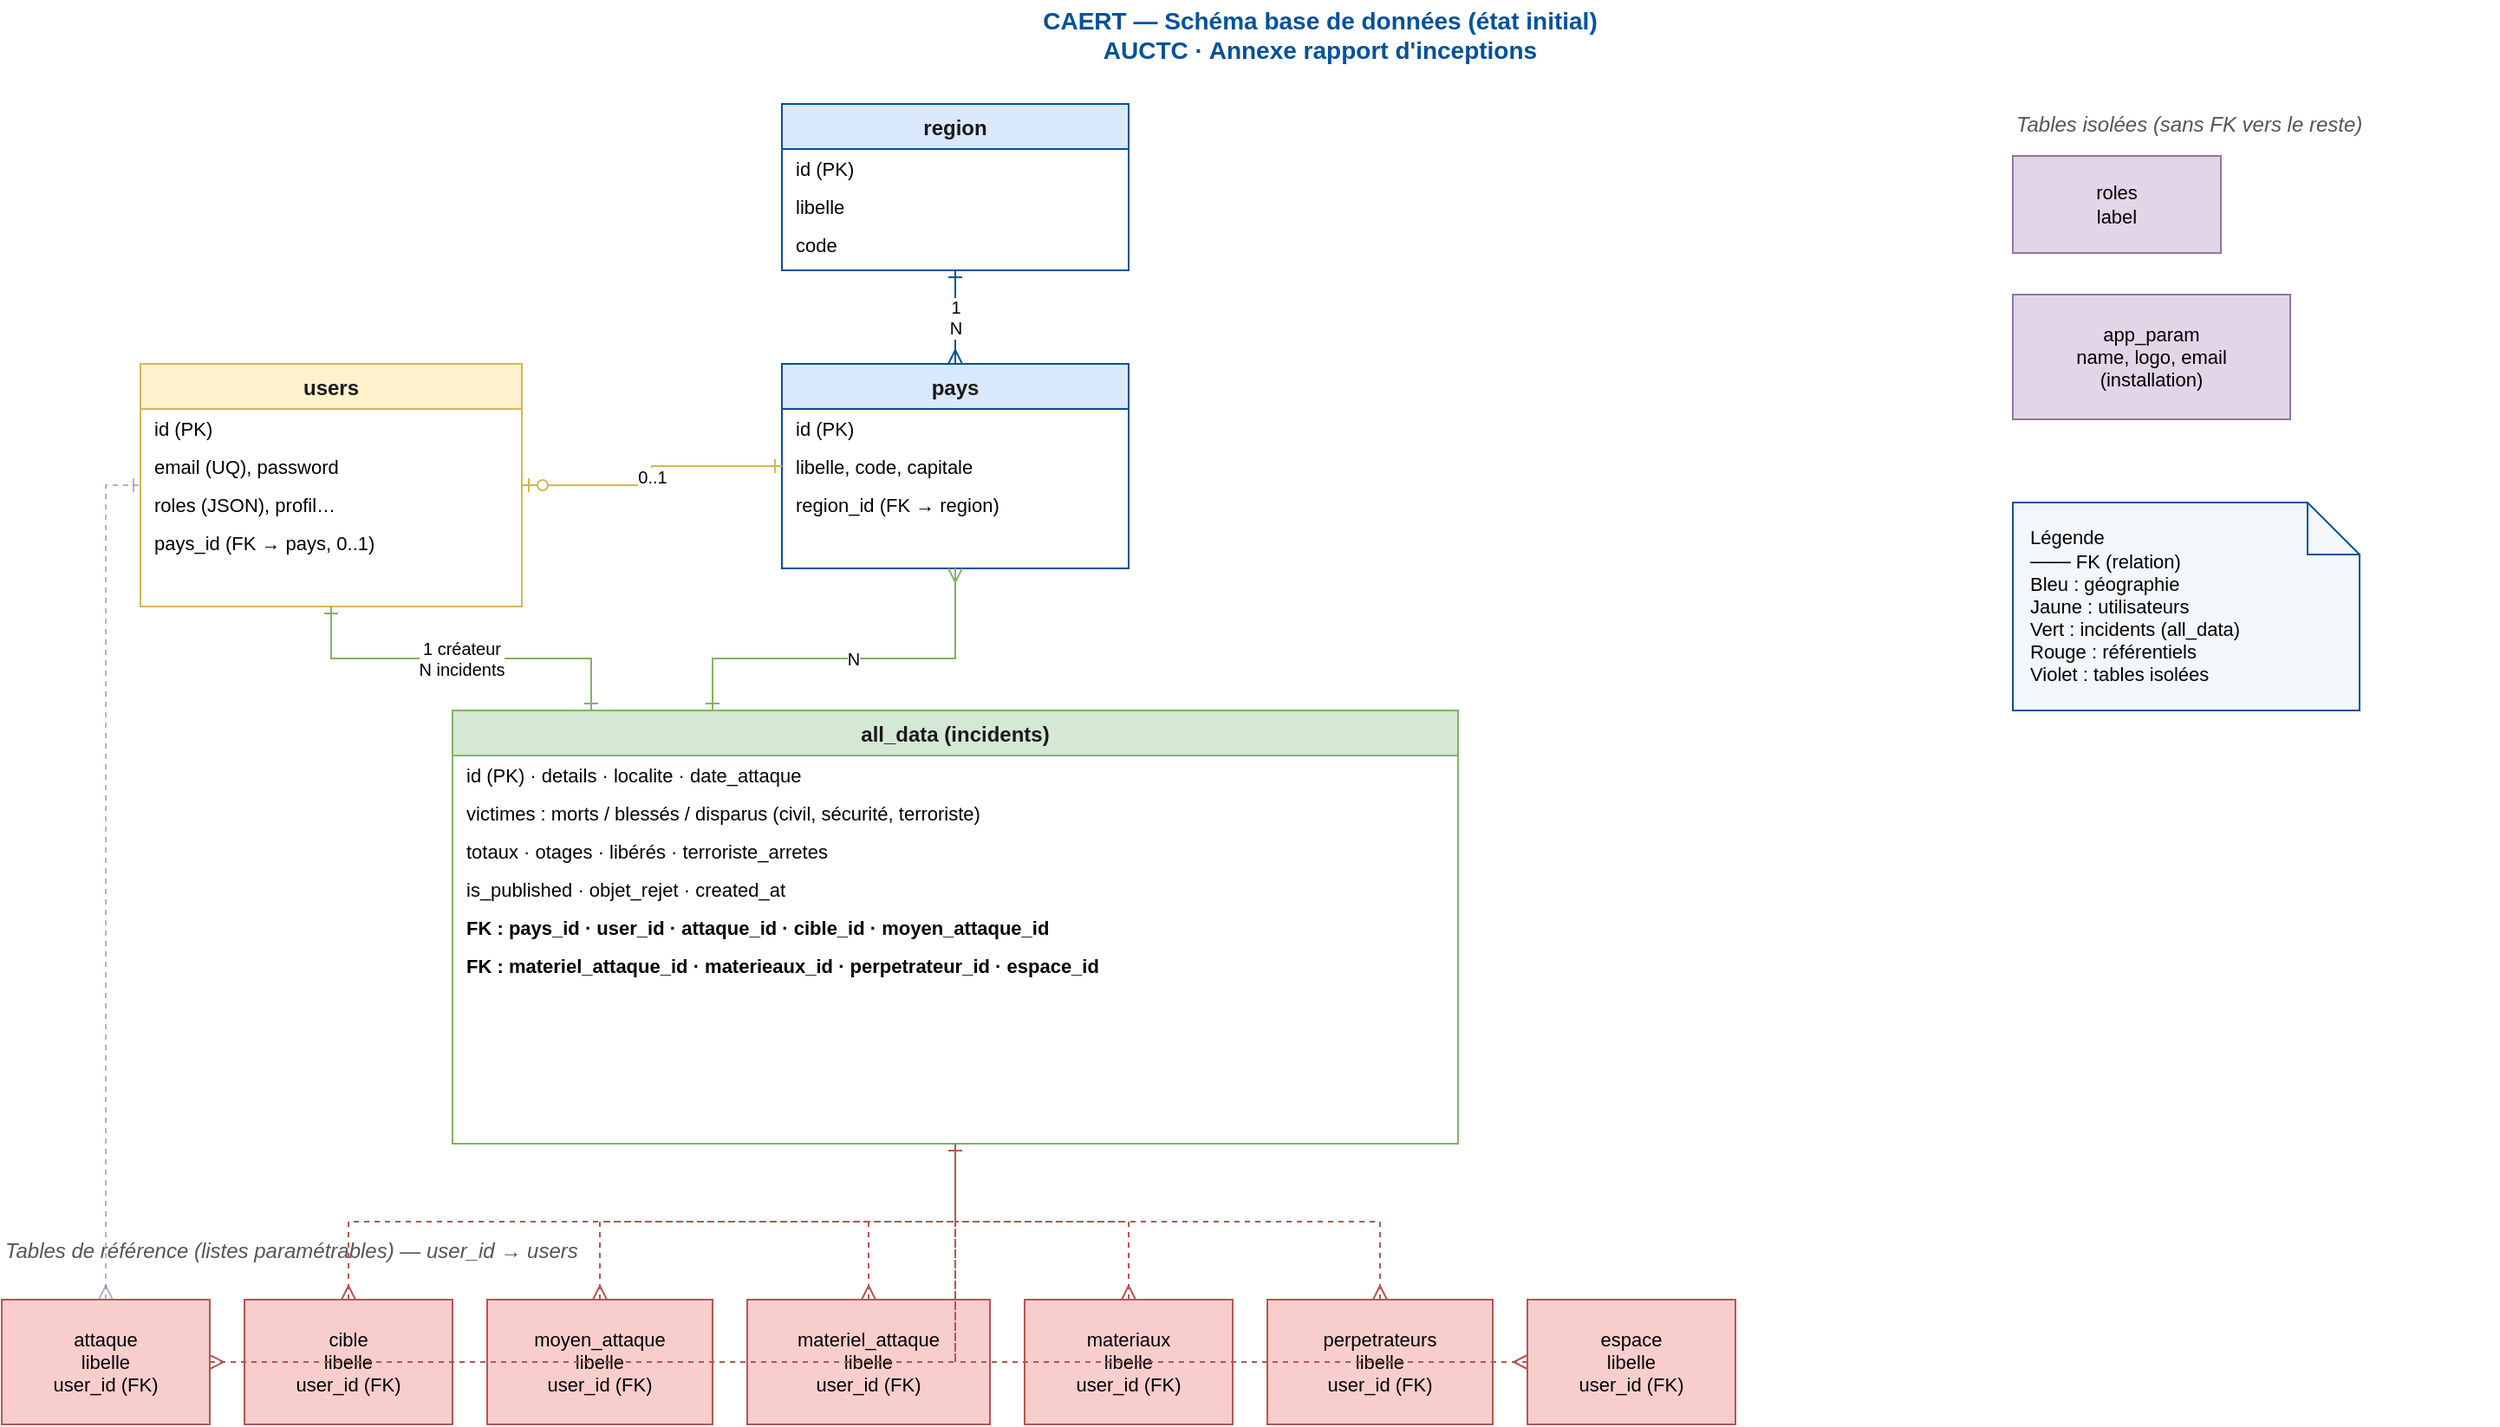
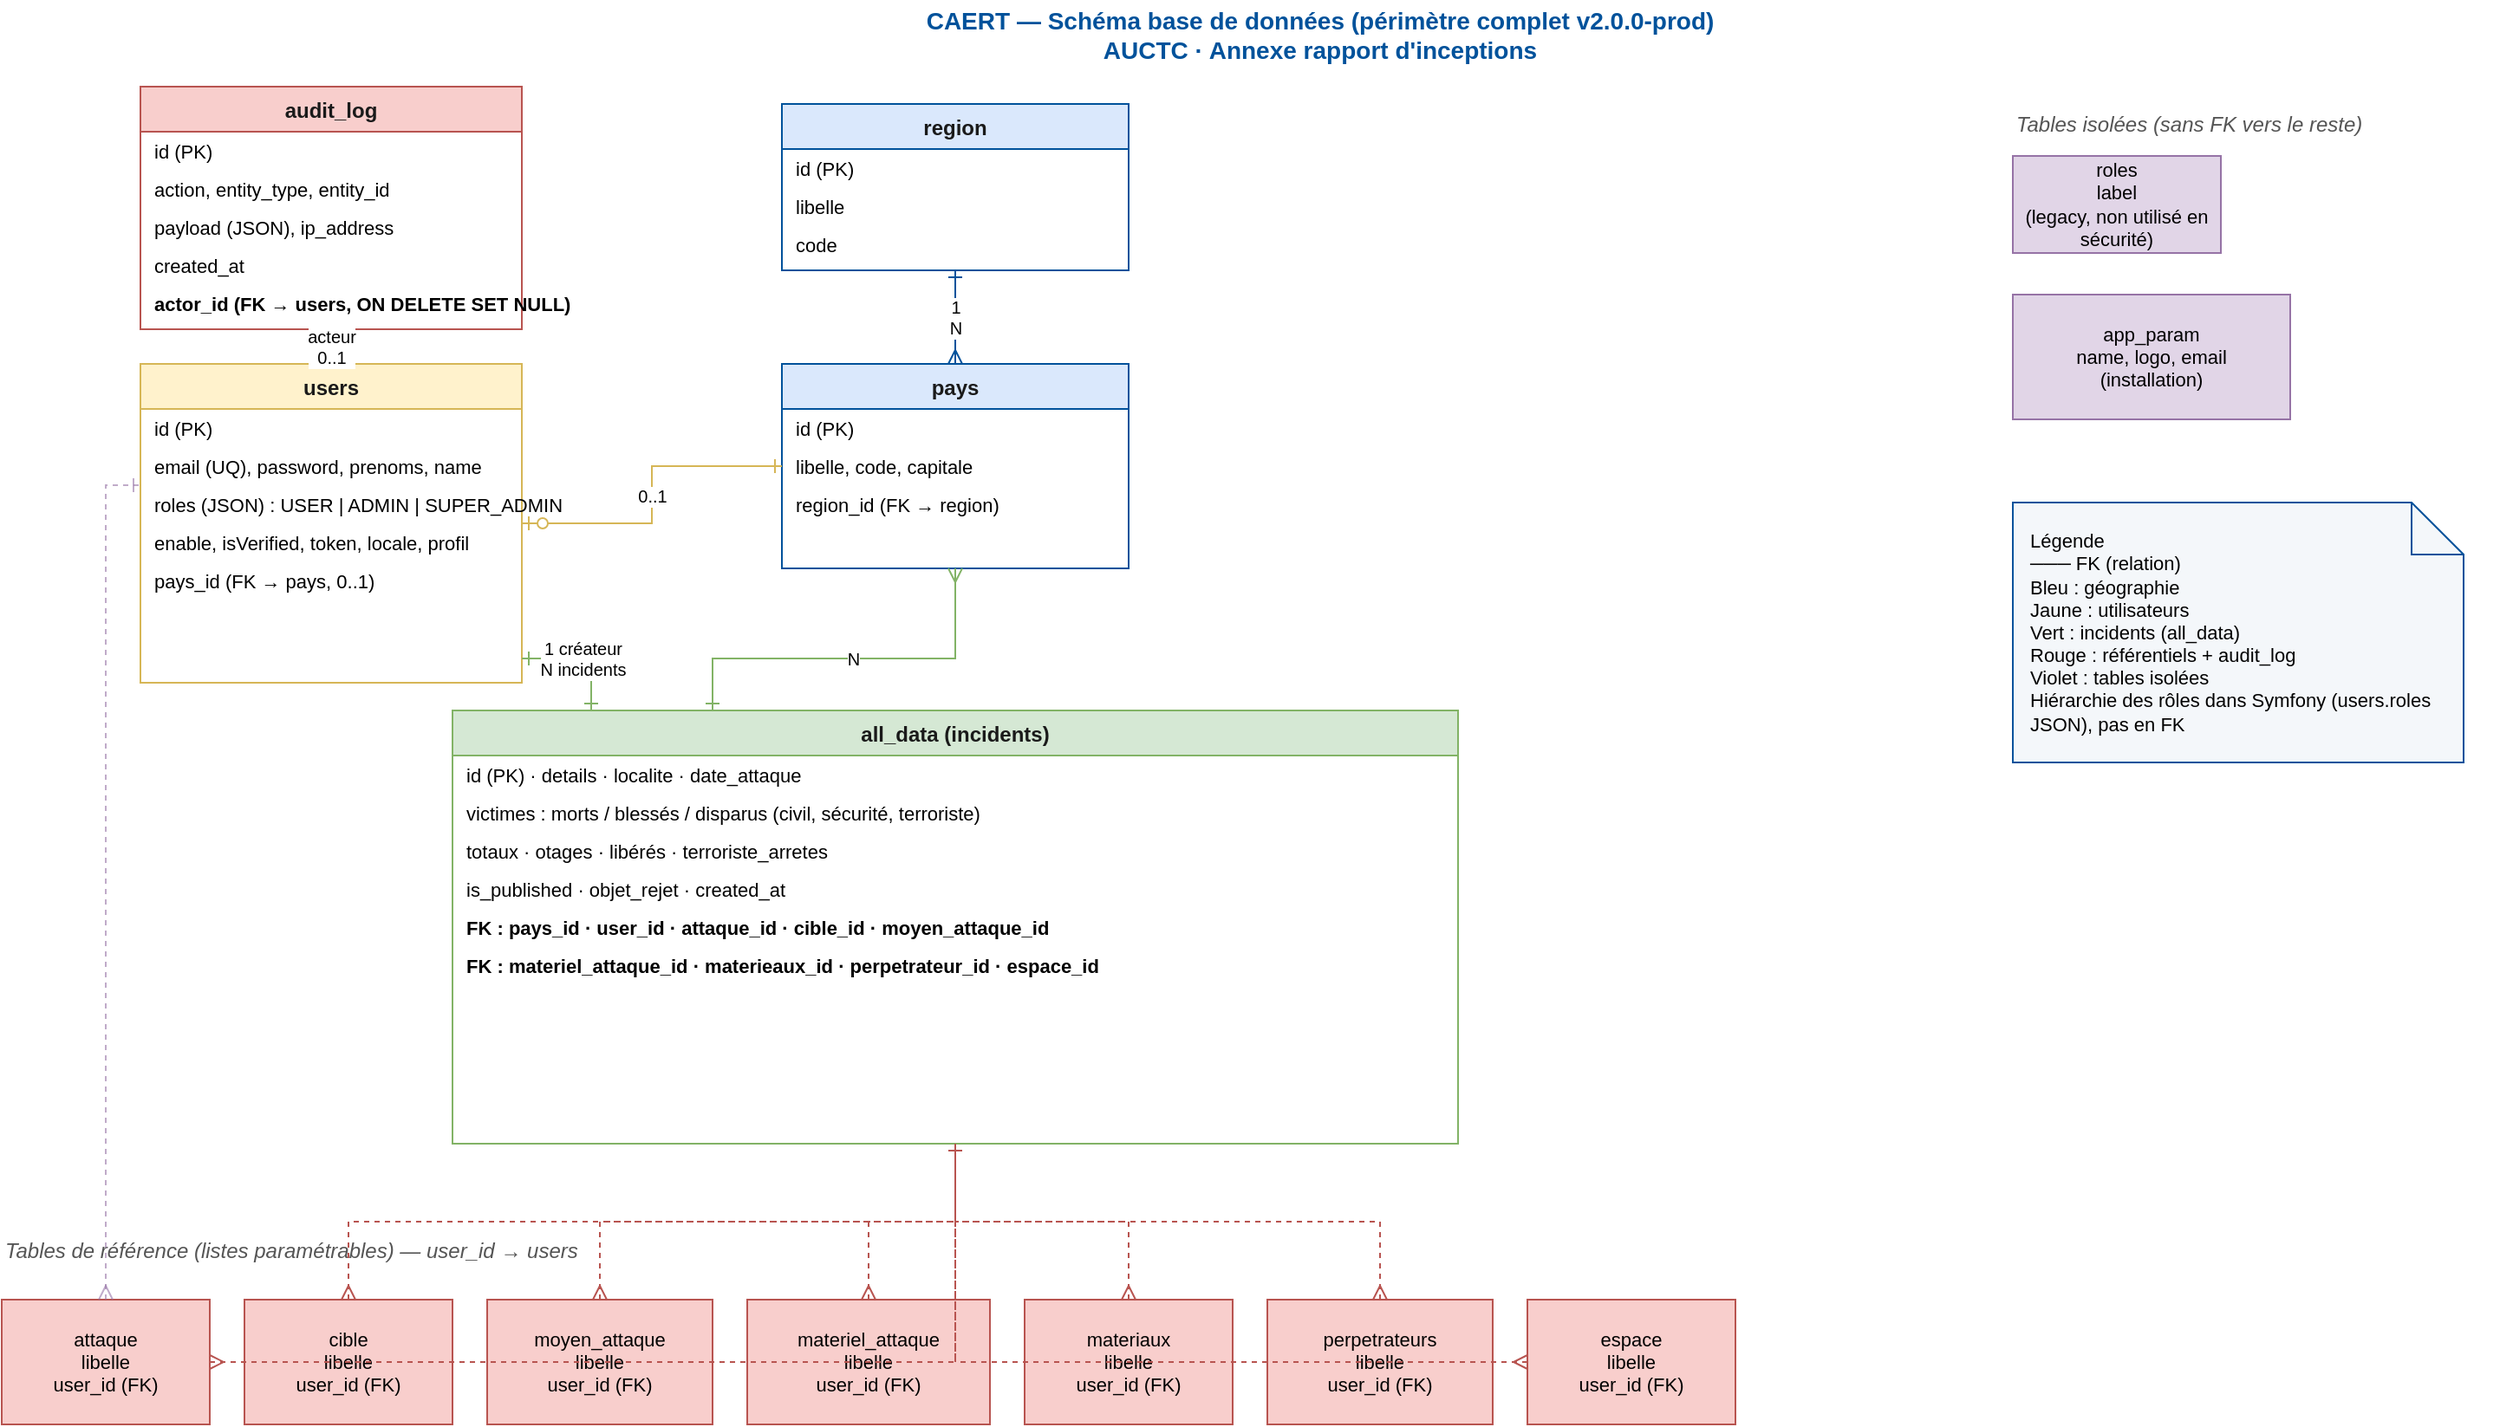
<mxfile host="app.diagrams.net" agent="CAERT">
-   <diagram id="caert-schema-annex" name="CAERT - Schéma BDD (état actuel)">
+   <diagram id="caert-schema-annex" name="CAERT - Schéma BDD (périmètre complet)">
    <mxGraphModel dx="1106" dy="621" grid="1" gridSize="10" guides="1" tooltips="1" connect="1" arrows="1" fold="1" page="1" pageScale="1" pageWidth="1600" pageHeight="1100" math="0" shadow="0">
      <root>
        <mxCell id="0" />
        <mxCell id="1" parent="0" />
-         <mxCell id="title" parent="1" style="text;html=1;strokeColor=none;fillColor=none;align=center;verticalAlign=middle;fontSize=14;fontStyle=1;fontColor=#00529B;" value="CAERT — Schéma base de données (état initial)&lt;br&gt;AUCTC · Annexe rapport d&#39;inceptions" vertex="1">
+         <mxCell id="title" parent="1" style="text;html=1;strokeColor=none;fillColor=none;align=center;verticalAlign=middle;fontSize=14;fontStyle=1;fontColor=#00529B;" value="CAERT — Schéma base de données (périmètre complet v2.0.0-prod)&lt;br&gt;AUCTC · Annexe rapport d&#39;inceptions" vertex="1">
          <mxGeometry height="40" width="800" x="400" y="10" as="geometry" />
        </mxCell>
        <mxCell id="region" parent="1" style="swimlane;fontStyle=1;align=center;verticalAlign=top;childLayout=stackLayout;horizontal=1;startSize=26;fillColor=#dae8fc;strokeColor=#00529B;fontColor=#1A1A1A;" value="region" vertex="1">
          <mxGeometry height="96" width="200" x="490" y="70" as="geometry" />
        </mxCell>
        <mxCell id="region-c1" parent="region" style="text;strokeColor=none;fillColor=none;align=left;verticalAlign=middle;spacingLeft=6;fontSize=11;" value="id (PK)" vertex="1">
          <mxGeometry height="22" width="200" y="26" as="geometry" />
        </mxCell>
        <mxCell id="region-c2" parent="region" style="text;strokeColor=none;fillColor=none;align=left;verticalAlign=middle;spacingLeft=6;fontSize=11;" value="libelle" vertex="1">
          <mxGeometry height="22" width="200" y="48" as="geometry" />
        </mxCell>
        <mxCell id="region-c3" parent="region" style="text;strokeColor=none;fillColor=none;align=left;verticalAlign=middle;spacingLeft=6;fontSize=11;" value="code" vertex="1">
          <mxGeometry height="22" width="200" y="70" as="geometry" />
        </mxCell>
        <mxCell id="pays" parent="1" style="swimlane;fontStyle=1;align=center;verticalAlign=top;childLayout=stackLayout;horizontal=1;startSize=26;fillColor=#dae8fc;strokeColor=#00529B;fontColor=#1A1A1A;" value="pays" vertex="1">
          <mxGeometry height="118" width="200" x="490" y="220" as="geometry" />
        </mxCell>
        <mxCell id="pays-c1" parent="pays" style="text;strokeColor=none;fillColor=none;align=left;verticalAlign=middle;spacingLeft=6;fontSize=11;" value="id (PK)" vertex="1">
          <mxGeometry height="22" width="200" y="26" as="geometry" />
        </mxCell>
        <mxCell id="pays-c2" parent="pays" style="text;strokeColor=none;fillColor=none;align=left;verticalAlign=middle;spacingLeft=6;fontSize=11;" value="libelle, code, capitale" vertex="1">
          <mxGeometry height="22" width="200" y="48" as="geometry" />
        </mxCell>
        <mxCell id="pays-c3" parent="pays" style="text;strokeColor=none;fillColor=none;align=left;verticalAlign=middle;spacingLeft=6;fontSize=11;" value="region_id (FK → region)" vertex="1">
          <mxGeometry height="22" width="200" y="70" as="geometry" />
        </mxCell>
        <mxCell id="users" parent="1" style="swimlane;fontStyle=1;align=center;verticalAlign=top;childLayout=stackLayout;horizontal=1;startSize=26;fillColor=#fff2cc;strokeColor=#d6b656;fontColor=#1A1A1A;" value="users" vertex="1">
-           <mxGeometry height="140" width="220" x="120" y="220" as="geometry" />
+           <mxGeometry height="184" width="220" x="120" y="220" as="geometry" />
        </mxCell>
        <mxCell id="users-c1" parent="users" style="text;strokeColor=none;fillColor=none;align=left;verticalAlign=middle;spacingLeft=6;fontSize=11;" value="id (PK)" vertex="1">
          <mxGeometry height="22" width="220" y="26" as="geometry" />
        </mxCell>
-         <mxCell id="users-c2" parent="users" style="text;strokeColor=none;fillColor=none;align=left;verticalAlign=middle;spacingLeft=6;fontSize=11;" value="email (UQ), password" vertex="1">
+         <mxCell id="users-c2" parent="users" style="text;strokeColor=none;fillColor=none;align=left;verticalAlign=middle;spacingLeft=6;fontSize=11;" value="email (UQ), password, prenoms, name" vertex="1">
          <mxGeometry height="22" width="220" y="48" as="geometry" />
        </mxCell>
-         <mxCell id="users-c3" parent="users" style="text;strokeColor=none;fillColor=none;align=left;verticalAlign=middle;spacingLeft=6;fontSize=11;" value="roles (JSON), profil…" vertex="1">
+         <mxCell id="users-c3" parent="users" style="text;strokeColor=none;fillColor=none;align=left;verticalAlign=middle;spacingLeft=6;fontSize=11;" value="roles (JSON) : USER | ADMIN | SUPER_ADMIN" vertex="1">
          <mxGeometry height="22" width="220" y="70" as="geometry" />
        </mxCell>
-         <mxCell id="users-c4" parent="users" style="text;strokeColor=none;fillColor=none;align=left;verticalAlign=middle;spacingLeft=6;fontSize=11;" value="pays_id (FK → pays, 0..1)" vertex="1">
+         <mxCell id="users-c4" parent="users" style="text;strokeColor=none;fillColor=none;align=left;verticalAlign=middle;spacingLeft=6;fontSize=11;" value="enable, isVerified, token, locale, profil" vertex="1">
          <mxGeometry height="22" width="220" y="92" as="geometry" />
+         </mxCell>
+         <mxCell id="users-c5" parent="users" style="text;strokeColor=none;fillColor=none;align=left;verticalAlign=middle;spacingLeft=6;fontSize=11;" value="pays_id (FK → pays, 0..1)" vertex="1">
+           <mxGeometry height="22" width="220" y="114" as="geometry" />
+         </mxCell>
+         <mxCell id="audit_log" parent="1" style="swimlane;fontStyle=1;align=center;verticalAlign=top;childLayout=stackLayout;horizontal=1;startSize=26;fillColor=#f8cecc;strokeColor=#b85450;fontColor=#1A1A1A;" value="audit_log" vertex="1">
+           <mxGeometry height="140" width="220" x="120" y="60" as="geometry" />
+         </mxCell>
+         <mxCell id="audit-c1" parent="audit_log" style="text;strokeColor=none;fillColor=none;align=left;verticalAlign=middle;spacingLeft=6;fontSize=11;" value="id (PK)" vertex="1">
+           <mxGeometry height="22" width="220" y="26" as="geometry" />
+         </mxCell>
+         <mxCell id="audit-c2" parent="audit_log" style="text;strokeColor=none;fillColor=none;align=left;verticalAlign=middle;spacingLeft=6;fontSize=11;" value="action, entity_type, entity_id" vertex="1">
+           <mxGeometry height="22" width="220" y="48" as="geometry" />
+         </mxCell>
+         <mxCell id="audit-c3" parent="audit_log" style="text;strokeColor=none;fillColor=none;align=left;verticalAlign=middle;spacingLeft=6;fontSize=11;" value="payload (JSON), ip_address" vertex="1">
+           <mxGeometry height="22" width="220" y="70" as="geometry" />
+         </mxCell>
+         <mxCell id="audit-c4" parent="audit_log" style="text;strokeColor=none;fillColor=none;align=left;verticalAlign=middle;spacingLeft=6;fontSize=11;" value="created_at" vertex="1">
+           <mxGeometry height="22" width="220" y="92" as="geometry" />
+         </mxCell>
+         <mxCell id="audit-c5" parent="audit_log" style="text;strokeColor=none;fillColor=none;align=left;verticalAlign=middle;spacingLeft=6;fontSize=11;fontStyle=1;" value="actor_id (FK → users, ON DELETE SET NULL)" vertex="1">
+           <mxGeometry height="22" width="220" y="114" as="geometry" />
        </mxCell>
        <mxCell id="all_data" parent="1" style="swimlane;fontStyle=1;align=center;verticalAlign=top;childLayout=stackLayout;horizontal=1;startSize=26;fillColor=#d5e8d4;strokeColor=#82b366;fontColor=#1A1A1A;" value="all_data (incidents)" vertex="1">
          <mxGeometry height="250" width="580" x="300" y="420" as="geometry" />
        </mxCell>
        <mxCell id="ad-c1" parent="all_data" style="text;strokeColor=none;fillColor=none;align=left;verticalAlign=middle;spacingLeft=6;fontSize=11;" value="id (PK) · details · localite · date_attaque" vertex="1">
          <mxGeometry height="22" width="580" y="26" as="geometry" />
        </mxCell>
        <mxCell id="ad-c2" parent="all_data" style="text;strokeColor=none;fillColor=none;align=left;verticalAlign=middle;spacingLeft=6;fontSize=11;" value="victimes : morts / blessés / disparus (civil, sécurité, terroriste)" vertex="1">
          <mxGeometry height="22" width="580" y="48" as="geometry" />
        </mxCell>
        <mxCell id="ad-c3" parent="all_data" style="text;strokeColor=none;fillColor=none;align=left;verticalAlign=middle;spacingLeft=6;fontSize=11;" value="totaux · otages · libérés · terroriste_arretes" vertex="1">
          <mxGeometry height="22" width="580" y="70" as="geometry" />
        </mxCell>
        <mxCell id="ad-c4" parent="all_data" style="text;strokeColor=none;fillColor=none;align=left;verticalAlign=middle;spacingLeft=6;fontSize=11;" value="is_published · objet_rejet · created_at" vertex="1">
          <mxGeometry height="22" width="580" y="92" as="geometry" />
        </mxCell>
        <mxCell id="ad-c5" parent="all_data" style="text;strokeColor=none;fillColor=none;align=left;verticalAlign=middle;spacingLeft=6;fontSize=11;fontStyle=1;" value="FK : pays_id · user_id · attaque_id · cible_id · moyen_attaque_id" vertex="1">
          <mxGeometry height="22" width="580" y="114" as="geometry" />
        </mxCell>
        <mxCell id="ad-c6" parent="all_data" style="text;strokeColor=none;fillColor=none;align=left;verticalAlign=middle;spacingLeft=6;fontSize=11;fontStyle=1;" value="FK : materiel_attaque_id · materieaux_id · perpetrateur_id · espace_id" vertex="1">
          <mxGeometry height="22" width="580" y="136" as="geometry" />
        </mxCell>
        <mxCell id="ref-label" parent="1" style="text;html=1;strokeColor=none;fillColor=none;align=left;verticalAlign=middle;fontSize=12;fontStyle=2;fontColor=#555555;" value="Tables de référence (listes paramétrables) — user_id → users" vertex="1">
          <mxGeometry height="24" width="420" x="40" y="720" as="geometry" />
        </mxCell>
        <mxCell id="attaque" parent="1" style="rounded=0;whiteSpace=wrap;html=1;fillColor=#f8cecc;strokeColor=#b85450;fontSize=11;align=center;" value="attaque&#xa;libelle&#xa;user_id (FK)" vertex="1">
          <mxGeometry height="72" width="120" x="40" y="760" as="geometry" />
        </mxCell>
        <mxCell id="cible" parent="1" style="rounded=0;whiteSpace=wrap;html=1;fillColor=#f8cecc;strokeColor=#b85450;fontSize=11;align=center;" value="cible&#xa;libelle&#xa;user_id (FK)" vertex="1">
          <mxGeometry height="72" width="120" x="180" y="760" as="geometry" />
        </mxCell>
        <mxCell id="moyen_attaque" parent="1" style="rounded=0;whiteSpace=wrap;html=1;fillColor=#f8cecc;strokeColor=#b85450;fontSize=11;align=center;" value="moyen_attaque&#xa;libelle&#xa;user_id (FK)" vertex="1">
          <mxGeometry height="72" width="130" x="320" y="760" as="geometry" />
        </mxCell>
        <mxCell id="materiel_attaque" parent="1" style="rounded=0;whiteSpace=wrap;html=1;fillColor=#f8cecc;strokeColor=#b85450;fontSize=11;align=center;" value="materiel_attaque&#xa;libelle&#xa;user_id (FK)" vertex="1">
          <mxGeometry height="72" width="140" x="470" y="760" as="geometry" />
        </mxCell>
        <mxCell id="materiaux" parent="1" style="rounded=0;whiteSpace=wrap;html=1;fillColor=#f8cecc;strokeColor=#b85450;fontSize=11;align=center;" value="materiaux&#xa;libelle&#xa;user_id (FK)" vertex="1">
          <mxGeometry height="72" width="120" x="630" y="760" as="geometry" />
        </mxCell>
        <mxCell id="perpetrateurs" parent="1" style="rounded=0;whiteSpace=wrap;html=1;fillColor=#f8cecc;strokeColor=#b85450;fontSize=11;align=center;" value="perpetrateurs&#xa;libelle&#xa;user_id (FK)" vertex="1">
          <mxGeometry height="72" width="130" x="770" y="760" as="geometry" />
        </mxCell>
        <mxCell id="espace" parent="1" style="rounded=0;whiteSpace=wrap;html=1;fillColor=#f8cecc;strokeColor=#b85450;fontSize=11;align=center;" value="espace&#xa;libelle&#xa;user_id (FK)" vertex="1">
          <mxGeometry height="72" width="120" x="920" y="760" as="geometry" />
        </mxCell>
        <mxCell id="iso-label" parent="1" style="text;html=1;strokeColor=none;fillColor=none;align=left;verticalAlign=middle;fontSize=12;fontStyle=2;fontColor=#555555;" value="Tables isolées (sans FK vers le reste)" vertex="1">
          <mxGeometry height="24" width="280" x="1200" y="70" as="geometry" />
        </mxCell>
-         <mxCell id="roles" parent="1" style="rounded=0;whiteSpace=wrap;html=1;fillColor=#e1d5e7;strokeColor=#9673a6;fontSize=11;align=center;" value="roles&#xa;label" vertex="1">
+         <mxCell id="roles" parent="1" style="rounded=0;whiteSpace=wrap;html=1;fillColor=#e1d5e7;strokeColor=#9673a6;fontSize=11;align=center;" value="roles&#xa;label&#xa;(legacy, non utilisé en sécurité)" vertex="1">
          <mxGeometry height="56" width="120" x="1200" y="100" as="geometry" />
        </mxCell>
        <mxCell id="app_param" parent="1" style="rounded=0;whiteSpace=wrap;html=1;fillColor=#e1d5e7;strokeColor=#9673a6;fontSize=11;align=center;" value="app_param&#xa;name, logo, email&#xa;(installation)" vertex="1">
          <mxGeometry height="72" width="160" x="1200" y="180" as="geometry" />
        </mxCell>
        <mxCell id="e-region-pays" edge="1" parent="1" source="region" style="edgeStyle=orthogonalEdgeStyle;rounded=0;orthogonalLoop=1;jettySize=auto;html=1;endArrow=ERmany;startArrow=ERone;strokeColor=#00529B;fontSize=10;" target="pays" value="1&#xa;N">
          <mxGeometry relative="1" as="geometry" />
        </mxCell>
        <mxCell id="e-pays-users" edge="1" parent="1" source="users" style="edgeStyle=orthogonalEdgeStyle;rounded=0;orthogonalLoop=1;jettySize=auto;html=1;endArrow=ERone;startArrow=ERzeroToOne;strokeColor=#d6b656;fontSize=10;" target="pays" value="0..1">
          <mxGeometry relative="1" as="geometry" />
        </mxCell>
        <mxCell id="e-pays-alldata" edge="1" parent="1" source="pays" style="edgeStyle=orthogonalEdgeStyle;rounded=0;orthogonalLoop=1;jettySize=auto;html=1;endArrow=ERone;startArrow=ERmany;strokeColor=#82b366;fontSize=10;" target="all_data" value="N">
          <mxGeometry relative="1" as="geometry">
            <Array as="points">
              <mxPoint x="590" y="390" />
              <mxPoint x="450" y="390" />
            </Array>
          </mxGeometry>
        </mxCell>
        <mxCell id="e-users-alldata" edge="1" parent="1" source="users" style="edgeStyle=orthogonalEdgeStyle;rounded=0;orthogonalLoop=1;jettySize=auto;html=1;endArrow=ERone;startArrow=ERone;strokeColor=#82b366;fontSize=10;" target="all_data" value="1 créateur&#xa;N incidents">
          <mxGeometry relative="1" as="geometry">
            <Array as="points">
              <mxPoint x="230" y="390" />
              <mxPoint x="380" y="390" />
            </Array>
          </mxGeometry>
        </mxCell>
        <mxCell id="e-attaque-ad" edge="1" parent="1" source="attaque" style="edgeStyle=orthogonalEdgeStyle;rounded=0;orthogonalLoop=1;jettySize=auto;html=1;endArrow=ERone;startArrow=ERmany;strokeColor=#b85450;dashed=1;" target="all_data">
          <mxGeometry relative="1" as="geometry" />
        </mxCell>
        <mxCell id="e-cible-ad" edge="1" parent="1" source="cible" style="edgeStyle=orthogonalEdgeStyle;rounded=0;orthogonalLoop=1;jettySize=auto;html=1;endArrow=ERone;startArrow=ERmany;strokeColor=#b85450;dashed=1;" target="all_data">
          <mxGeometry relative="1" as="geometry" />
        </mxCell>
        <mxCell id="e-moyen-ad" edge="1" parent="1" source="moyen_attaque" style="edgeStyle=orthogonalEdgeStyle;rounded=0;orthogonalLoop=1;jettySize=auto;html=1;endArrow=ERone;startArrow=ERmany;strokeColor=#b85450;dashed=1;" target="all_data">
          <mxGeometry relative="1" as="geometry" />
        </mxCell>
        <mxCell id="e-matatt-ad" edge="1" parent="1" source="materiel_attaque" style="edgeStyle=orthogonalEdgeStyle;rounded=0;orthogonalLoop=1;jettySize=auto;html=1;endArrow=ERone;startArrow=ERmany;strokeColor=#b85450;dashed=1;" target="all_data">
          <mxGeometry relative="1" as="geometry" />
        </mxCell>
        <mxCell id="e-matx-ad" edge="1" parent="1" source="materiaux" style="edgeStyle=orthogonalEdgeStyle;rounded=0;orthogonalLoop=1;jettySize=auto;html=1;endArrow=ERone;startArrow=ERmany;strokeColor=#b85450;dashed=1;" target="all_data">
          <mxGeometry relative="1" as="geometry" />
        </mxCell>
        <mxCell id="e-perp-ad" edge="1" parent="1" source="perpetrateurs" style="edgeStyle=orthogonalEdgeStyle;rounded=0;orthogonalLoop=1;jettySize=auto;html=1;endArrow=ERone;startArrow=ERmany;strokeColor=#b85450;dashed=1;" target="all_data">
          <mxGeometry relative="1" as="geometry" />
        </mxCell>
        <mxCell id="e-espace-ad" edge="1" parent="1" source="espace" style="edgeStyle=orthogonalEdgeStyle;rounded=0;orthogonalLoop=1;jettySize=auto;html=1;endArrow=ERone;startArrow=ERmany;strokeColor=#b85450;dashed=1;" target="all_data">
          <mxGeometry relative="1" as="geometry" />
        </mxCell>
        <mxCell id="e-attaque-users" edge="1" parent="1" source="attaque" style="edgeStyle=orthogonalEdgeStyle;rounded=0;orthogonalLoop=1;jettySize=auto;html=1;endArrow=ERone;startArrow=ERmany;strokeColor=#9673a6;dashed=1;opacity=60;" target="users">
          <mxGeometry relative="1" as="geometry">
            <Array as="points">
              <mxPoint x="100" y="796" />
              <mxPoint x="100" y="290" />
            </Array>
          </mxGeometry>
        </mxCell>
-         <mxCell id="legend" parent="1" style="shape=note;whiteSpace=wrap;html=1;backgroundOutline=1;fillColor=#F4F7FA;strokeColor=#00529B;fontSize=11;align=left;spacingLeft=8;" value="Légende&#xa;─── FK (relation)&#xa;Bleu : géographie&#xa;Jaune : utilisateurs&#xa;Vert : incidents (all_data)&#xa;Rouge : référentiels&#xa;Violet : tables isolées" vertex="1">
-           <mxGeometry height="120" width="200" x="1200" y="300" as="geometry" />
+         <mxCell id="e-audit-users" edge="1" parent="1" source="audit_log" style="edgeStyle=orthogonalEdgeStyle;rounded=0;orthogonalLoop=1;jettySize=auto;html=1;endArrow=ERone;startArrow=ERzeroToOne;strokeColor=#b85450;fontSize=10;" target="users" value="acteur&#xa;0..1">
+           <mxGeometry relative="1" as="geometry" />
+         </mxCell>
+         <mxCell id="legend" parent="1" style="shape=note;whiteSpace=wrap;html=1;backgroundOutline=1;fillColor=#F4F7FA;strokeColor=#00529B;fontSize=11;align=left;spacingLeft=8;" value="Légende&#xa;─── FK (relation)&#xa;Bleu : géographie&#xa;Jaune : utilisateurs&#xa;Vert : incidents (all_data)&#xa;Rouge : référentiels + audit_log&#xa;Violet : tables isolées&#xa;Hiérarchie des rôles dans Symfony (users.roles JSON), pas en FK" vertex="1">
+           <mxGeometry height="150" width="260" x="1200" y="300" as="geometry" />
        </mxCell>
      </root>
    </mxGraphModel>
  </diagram>
</mxfile>
